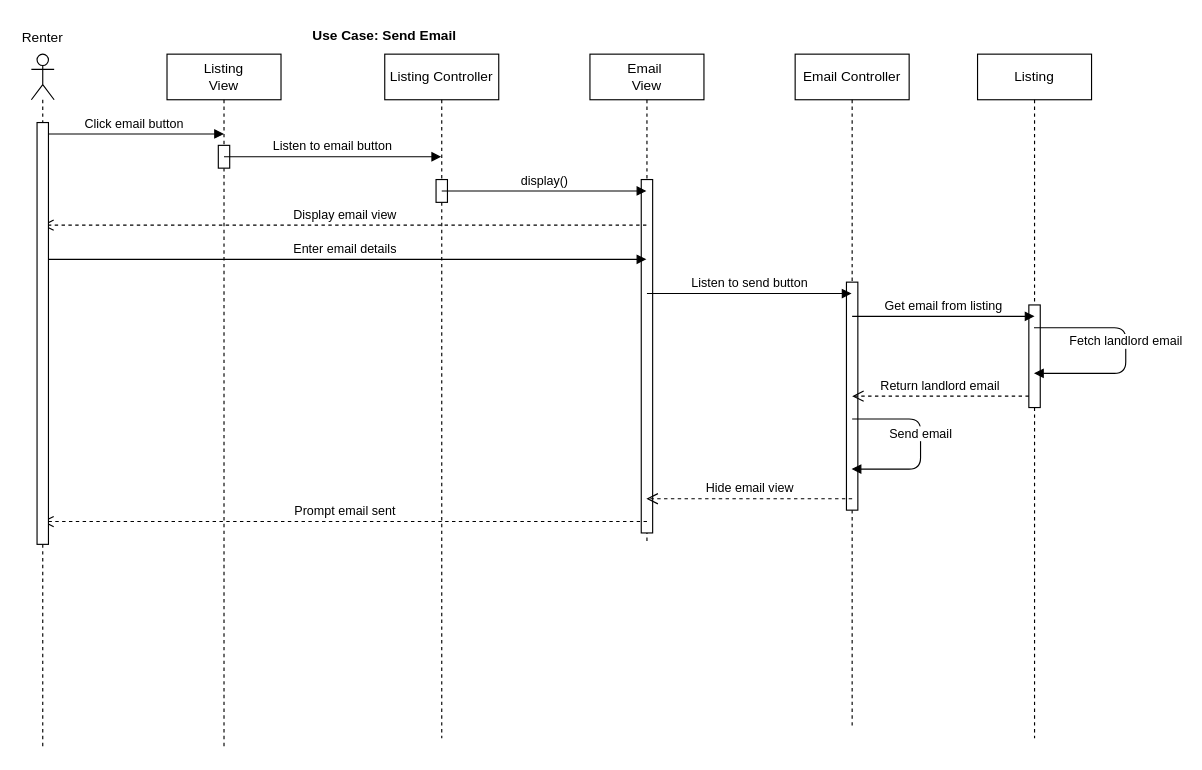
The draw.io diagram page "Send Email" (3 of 10) of SequenceDiagrams.drawio in ryan-holt/ENSF480FinalProject, before the edit. Source tidied: cells renumbered, new cells numbered last; positions are measured from the earlier drawing's top-left corner, leaving out a move shared by most shapes. Both pictures are drawn from the tidied source at 114%, with x=0, y=0 at pixel (19, 19).
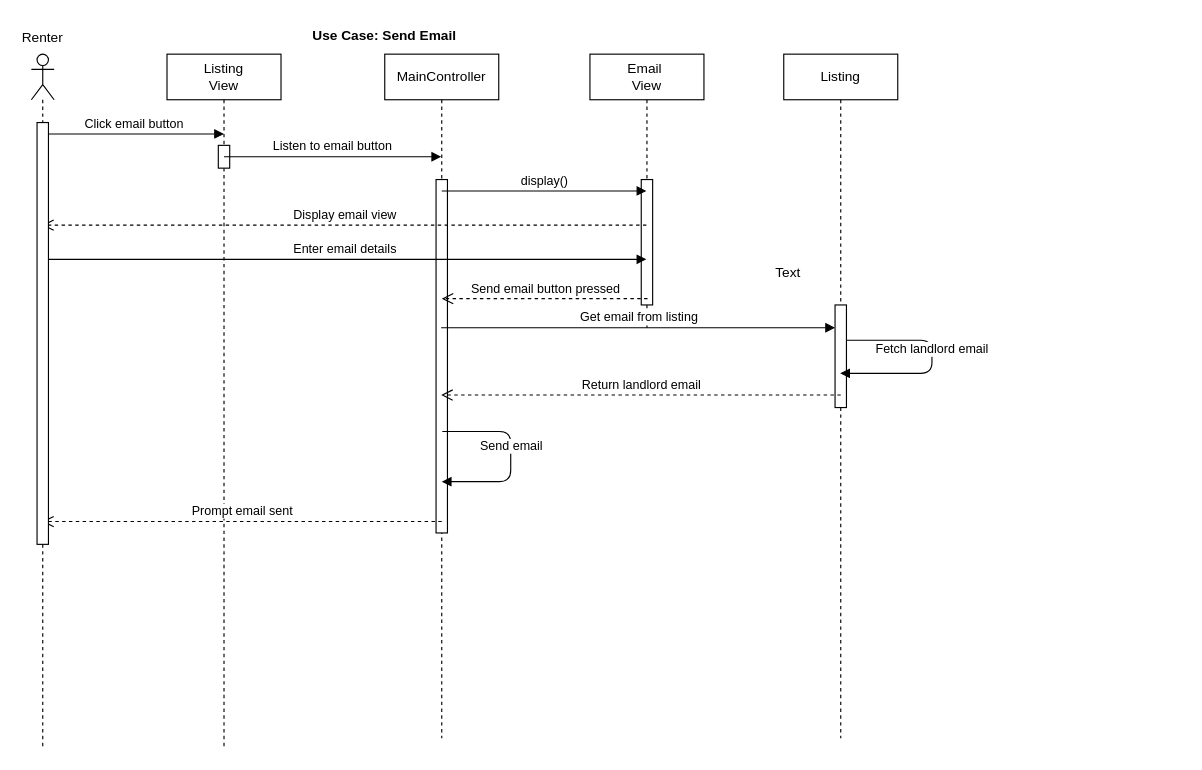
After the change.

Unchanged cells that the change refers to:
```xml
<mxCell id="2" style="shape=umlLifeline;participant=umlActor;perimeter=lifelinePerimeter;whiteSpace=wrap;html=1;verticalAlign=top;spacingTop=36;labelBackgroundColor=#ffffff;outlineConnect=0;" parent="1" vertex="1">
  <mxGeometry x="10" y="30" width="20" height="610" as="geometry" />
</mxCell>
<mxCell id="6" style="html=1;points=[];perimeter=orthogonalPerimeter;" parent="5" vertex="1">
  <mxGeometry x="45" y="220" width="10" height="90" as="geometry" />
</mxCell>
```

Change to the diagram source:
```diff
@@
-    <mxCell id="3" value="Listing Controller" style="shape=umlLifeline;perimeter=lifelinePerimeter;whiteSpace=wrap;html=1;outlineConnect=0;" parent="1" vertex="1">
+    <mxCell id="3" value="MainController" style="shape=umlLifeline;perimeter=lifelinePerimeter;whiteSpace=wrap;html=1;outlineConnect=0;" parent="1" vertex="1">
       <mxGeometry x="320" y="30" width="100" height="600" as="geometry" />
     </mxCell>
     <mxCell id="4" style="html=1;perimeter=orthogonalPerimeter;" parent="3" vertex="1">
-      <mxGeometry x="45" y="110" width="10" height="20" as="geometry" />
+      <mxGeometry x="45" y="110" width="10" height="310" as="geometry" />
     </mxCell>
     <mxCell id="5" value="Listing" style="shape=umlLifeline;perimeter=lifelinePerimeter;whiteSpace=wrap;html=1;outlineConnect=0;" parent="1" vertex="1">
-      <mxGeometry x="840" y="30" width="100" height="600" as="geometry" />
+      <mxGeometry x="670" y="30" width="100" height="600" as="geometry" />
     </mxCell>
@@
+    <mxCell id="21" value="Fetch landlord email" style="html=1;verticalAlign=bottom;endArrow=block;exitX=1;exitY=0.344;exitDx=0;exitDy=0;exitPerimeter=0;" parent="5" edge="1" source="6" target="5">
+      <mxGeometry relative="1" as="geometry">
+        <Array as="points">
+          <mxPoint x="130" y="251" />
+          <mxPoint x="130" y="280" />
+        </Array>
+      </mxGeometry>
+    </mxCell>
@@
     <mxCell id="12" value="Email&amp;nbsp;&lt;br&gt;View" style="shape=umlLifeline;perimeter=lifelinePerimeter;whiteSpace=wrap;html=1;outlineConnect=0;" parent="1" vertex="1">
-      <mxGeometry x="500" y="30" width="100" height="430" as="geometry" />
+      <mxGeometry x="500" y="30" width="100" height="240" as="geometry" />
     </mxCell>
     <mxCell id="13" style="html=1;perimeter=orthogonalPerimeter;" parent="12" vertex="1">
-      <mxGeometry x="45" y="110" width="10" height="310" as="geometry" />
+      <mxGeometry x="45" y="110" width="10" height="110" as="geometry" />
     </mxCell>
@@
-    <mxCell id="17" value="Email Controller" style="shape=umlLifeline;perimeter=lifelinePerimeter;whiteSpace=wrap;html=1;outlineConnect=0;" parent="1" vertex="1">
-      <mxGeometry x="680" y="30" width="100" height="590" as="geometry" />
-    </mxCell>
-    <mxCell id="18" style="html=1;perimeter=orthogonalPerimeter;" parent="17" vertex="1">
-      <mxGeometry x="45" y="200" width="10" height="200" as="geometry" />
-    </mxCell>
-    <mxCell id="19" value="Listen to send button" style="html=1;verticalAlign=bottom;endArrow=block;" parent="1" edge="1">
-      <mxGeometry relative="1" as="geometry">
-        <mxPoint x="550" y="240" as="sourcePoint" />
-        <mxPoint x="729.5" y="240" as="targetPoint" />
-      </mxGeometry>
-    </mxCell>
-    <mxCell id="20" value="Get email from listing" style="html=1;verticalAlign=bottom;endArrow=block;" parent="1" edge="1">
+    <mxCell id="20" value="Get email from listing" style="html=1;verticalAlign=bottom;endArrow=block;" parent="1" edge="1" source="3" target="6">
       <mxGeometry relative="1" as="geometry">
-        <mxPoint x="730" y="260" as="sourcePoint" />
-        <mxPoint x="890" y="260" as="targetPoint" />
+        <Array as="points">
+          <mxPoint x="450" y="270" />
+          <mxPoint x="650" y="270" />
+        </Array>
       </mxGeometry>
     </mxCell>
-    <mxCell id="21" value="Fetch landlord email" style="html=1;verticalAlign=bottom;endArrow=block;" parent="1" edge="1" source="5" target="5">
-      <mxGeometry relative="1" as="geometry">
-        <Array as="points">
-          <mxPoint x="970" y="270" />
-          <mxPoint x="970" y="310" />
-          <mxPoint x="930" y="310" />
-        </Array>
-      </mxGeometry>
-    </mxCell>
-    <mxCell id="22" value="Return landlord email" style="html=1;verticalAlign=bottom;endArrow=open;dashed=1;endSize=8;" parent="1" edge="1">
+    <mxCell id="22" value="Return landlord email" style="html=1;verticalAlign=bottom;endArrow=open;dashed=1;endSize=8;" parent="1" edge="1" target="3">
       <mxGeometry relative="1" as="geometry">
-        <mxPoint x="885" y="330" as="sourcePoint" />
-        <mxPoint x="730" y="330" as="targetPoint" />
+        <mxPoint x="720" y="329" as="sourcePoint" />
         <Array as="points">
-          <mxPoint x="845" y="330" />
+          <mxPoint x="680" y="329" />
         </Array>
       </mxGeometry>
     </mxCell>
-    <mxCell id="23" value="Send email" style="html=1;verticalAlign=bottom;endArrow=block;" parent="1" edge="1" target="17">
+    <mxCell id="23" value="Send email" style="html=1;verticalAlign=bottom;endArrow=block;" parent="1" edge="1">
       <mxGeometry relative="1" as="geometry">
-        <mxPoint x="730" y="350" as="sourcePoint" />
+        <mxPoint x="370.5" y="361" as="sourcePoint" />
+        <mxPoint x="370" y="405" as="targetPoint" />
         <Array as="points">
-          <mxPoint x="790" y="350" />
-          <mxPoint x="790" y="394" />
+          <mxPoint x="430.5" y="361" />
+          <mxPoint x="430.5" y="405" />
         </Array>
       </mxGeometry>
     </mxCell>
-    <mxCell id="24" value="Hide email view" style="html=1;verticalAlign=bottom;endArrow=open;dashed=1;endSize=8;" parent="1" edge="1" target="12">
-      <mxGeometry relative="1" as="geometry">
-        <mxPoint x="730" y="420" as="sourcePoint" />
-        <Array as="points">
-          <mxPoint x="690" y="420" />
-        </Array>
-      </mxGeometry>
-    </mxCell>
     <mxCell id="25" value="Prompt email sent" style="html=1;verticalAlign=bottom;endArrow=open;dashed=1;endSize=8;" parent="1" edge="1" target="2">
       <mxGeometry relative="1" as="geometry">
-        <mxPoint x="550" y="440" as="sourcePoint" />
-        <Array as="points">
-          <mxPoint x="510" y="440" />
-        </Array>
+        <mxPoint x="370" y="440" as="sourcePoint" />
       </mxGeometry>
     </mxCell>
@@
+    <mxCell id="28" value="Send email button pressed" style="html=1;verticalAlign=bottom;endArrow=open;dashed=1;endSize=8;" parent="1" edge="1">
+      <mxGeometry relative="1" as="geometry">
+        <mxPoint x="550.5" y="244.5" as="sourcePoint" />
+        <mxPoint x="370" y="244.5" as="targetPoint" />
+        <Array as="points">
+          <mxPoint x="510.5" y="244.5" />
+        </Array>
+      </mxGeometry>
+    </mxCell>
+    <mxCell id="29" value="Text" style="text;html=1;align=left;verticalAlign=top;spacingTop=-4;" parent="1" vertex="1">
+      <mxGeometry x="661" y="212" width="40" height="20" as="geometry" />
+    </mxCell>
```
